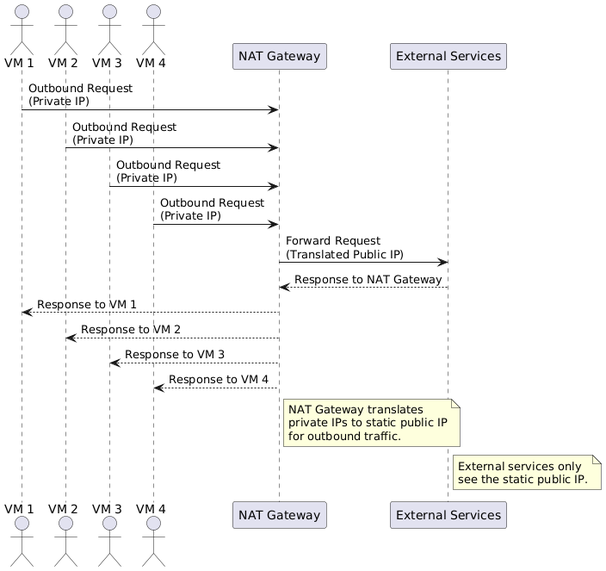
oneananda/Azure_Operations keeps this PlantUML diagram as Azure_Learning/004 Azure NAT Gateway/Azure NAT Gateway Process.png. Above is the earlier version. The source it was exported from:
```plantuml
@startuml
actor "VM 1" as vm1
actor "VM 2" as vm2
actor "VM 3" as vm3
actor "VM 4" as vm4

participant "NAT Gateway" as nat
participant "External Services" as external

vm1 -> nat : Outbound Request\n(Private IP)
vm2 -> nat : Outbound Request\n(Private IP)
vm3 -> nat : Outbound Request\n(Private IP)
vm4 -> nat : Outbound Request\n(Private IP)

nat -> external : Forward Request\n(Translated Public IP)

external --> nat : Response to NAT Gateway
nat --> vm1 : Response to VM 1
nat --> vm2 : Response to VM 2
nat --> vm3 : Response to VM 3
nat --> vm4 : Response to VM 4

note right of nat
  NAT Gateway translates
  private IPs to static public IP
  for outbound traffic.
end note

note right of external
  External services only
  see the static public IP.
end note
@enduml
```
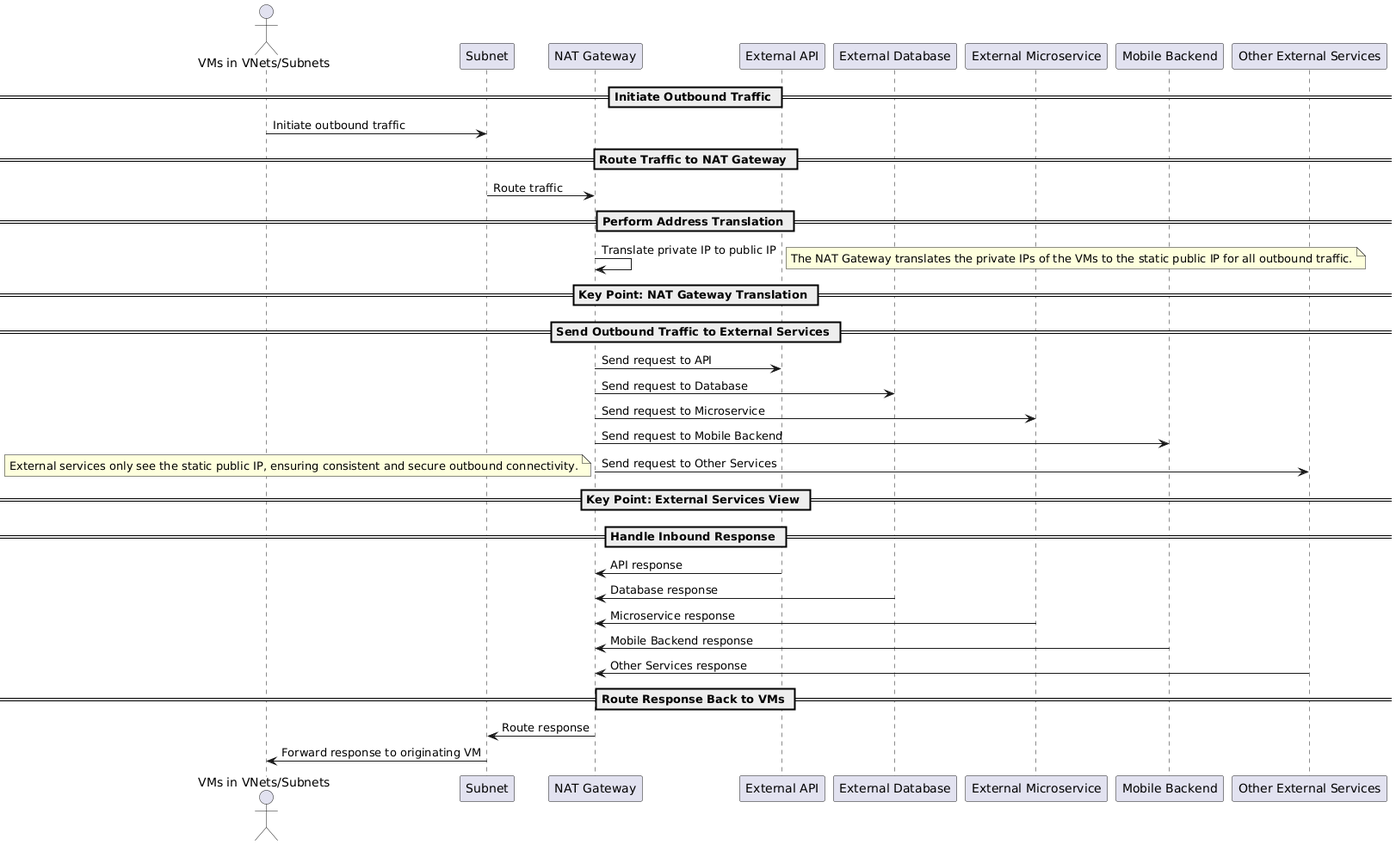
Above is the later version.

Commit message:
Updating Azure NAT Gateway Process

The edit, as a diff of the source:
```diff
@@ -1,33 +1,43 @@
 @startuml
-actor "VM 1" as vm1
-actor "VM 2" as vm2
-actor "VM 3" as vm3
-actor "VM 4" as vm4
+actor "VMs in VNets/Subnets" as vms
+participant "Subnet" as subnet
+participant "NAT Gateway" as natgateway
+participant "External API" as api
+participant "External Database" as database
+participant "External Microservice" as microservice
+participant "Mobile Backend" as mobilebackend
+participant "Other External Services" as otherservices
 
-participant "NAT Gateway" as nat
-participant "External Services" as external
+== Initiate Outbound Traffic ==
+vms -> subnet: Initiate outbound traffic
 
-vm1 -> nat : Outbound Request\n(Private IP)
-vm2 -> nat : Outbound Request\n(Private IP)
-vm3 -> nat : Outbound Request\n(Private IP)
-vm4 -> nat : Outbound Request\n(Private IP)
+== Route Traffic to NAT Gateway ==
+subnet -> natgateway: Route traffic
 
-nat -> external : Forward Request\n(Translated Public IP)
+== Perform Address Translation ==
+natgateway -> natgateway: Translate private IP to public IP
 
-external --> nat : Response to NAT Gateway
-nat --> vm1 : Response to VM 1
-nat --> vm2 : Response to VM 2
-nat --> vm3 : Response to VM 3
-nat --> vm4 : Response to VM 4
+== Key Point: NAT Gateway Translation ==
+note right: The NAT Gateway translates the private IPs of the VMs to the static public IP for all outbound traffic.
 
-note right of nat
-  NAT Gateway translates
-  private IPs to static public IP
-  for outbound traffic.
-end note
+== Send Outbound Traffic to External Services ==
+natgateway -> api: Send request to API
+natgateway -> database: Send request to Database
+natgateway -> microservice: Send request to Microservice
+natgateway -> mobilebackend: Send request to Mobile Backend
+natgateway -> otherservices: Send request to Other Services
 
-note right of external
-  External services only
-  see the static public IP.
-end note
+== Key Point: External Services View ==
+note left: External services only see the static public IP, ensuring consistent and secure outbound connectivity.
+
+== Handle Inbound Response ==
+api -> natgateway: API response
+database -> natgateway: Database response
+microservice -> natgateway: Microservice response
+mobilebackend -> natgateway: Mobile Backend response
+otherservices -> natgateway: Other Services response
+
+== Route Response Back to VMs ==
+natgateway -> subnet: Route response
+subnet -> vms: Forward response to originating VM
 @enduml
```
